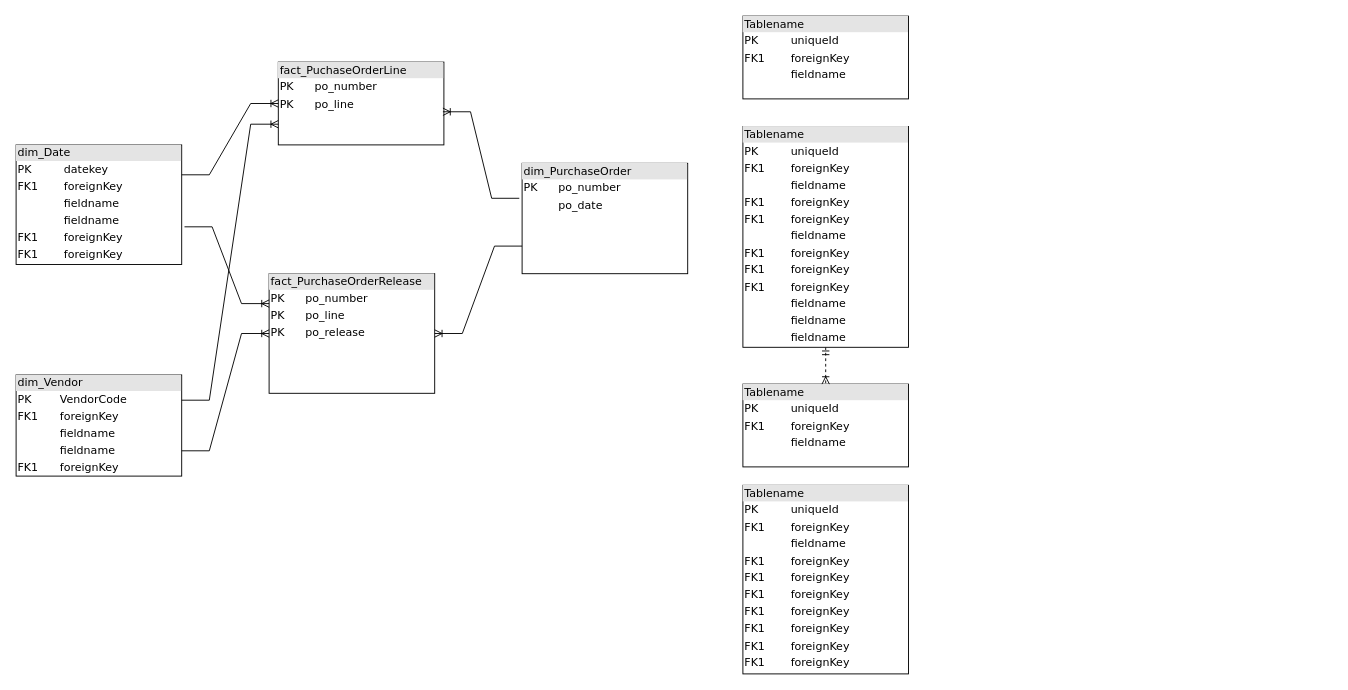
Before: page "Page-1" (1 of 4) of conceptual_model_2.drawio in mewancegeka/OTT, a draw.io diagram. Source tidied: cells renumbered, new cells numbered last; positions are measured from the earlier drawing's top-left corner, leaving out a move shared by most shapes. Both pictures are drawn from the tidied source at 92%, with x=0, y=0 at pixel (16, 16).
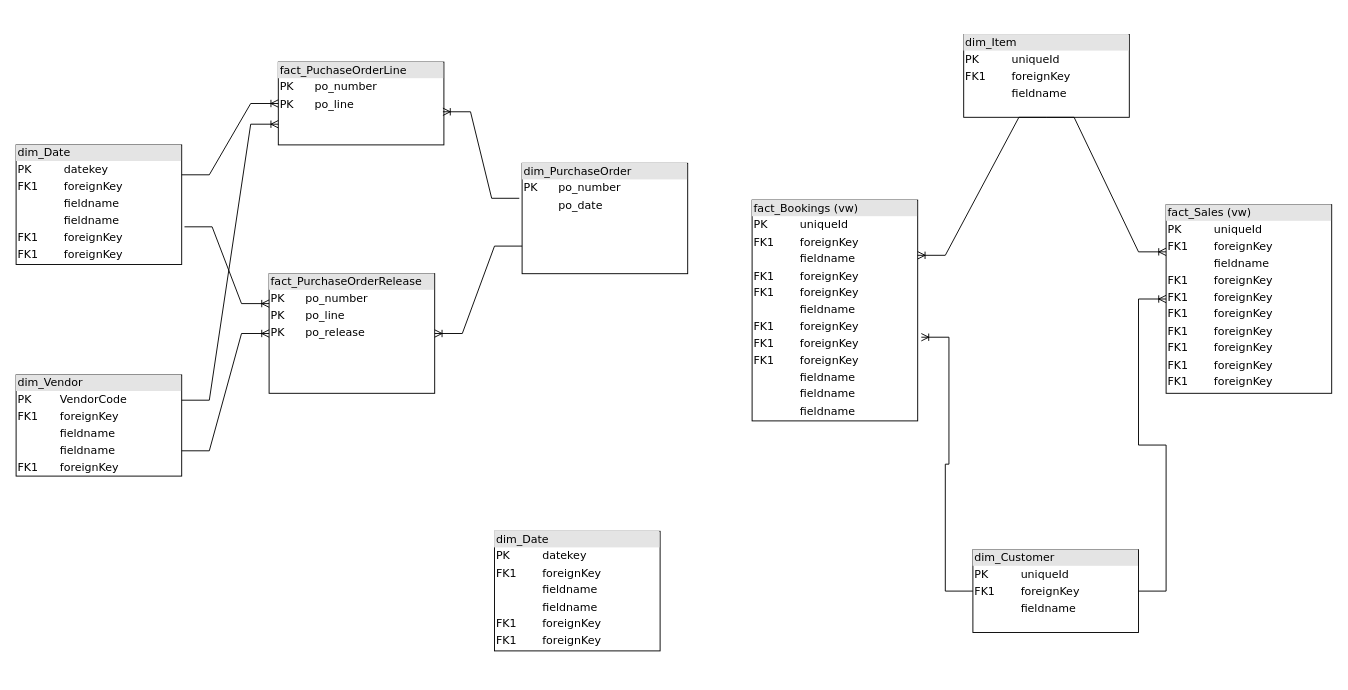
Above is the later version.

What changed in the source:
```diff
@@
-    <mxCell id="4" value="&lt;div style=&quot;box-sizing: border-box ; width: 100% ; background: #e4e4e4 ; padding: 2px&quot;&gt;Tablename&lt;/div&gt;&lt;table style=&quot;width: 100% ; font-size: 1em&quot; cellpadding=&quot;2&quot; cellspacing=&quot;0&quot;&gt;&lt;tbody&gt;&lt;tr&gt;&lt;td&gt;PK&lt;/td&gt;&lt;td&gt;uniqueId&lt;/td&gt;&lt;/tr&gt;&lt;tr&gt;&lt;td&gt;FK1&lt;/td&gt;&lt;td&gt;foreignKey&lt;/td&gt;&lt;/tr&gt;&lt;tr&gt;&lt;td&gt;&lt;/td&gt;&lt;td&gt;fieldname&lt;/td&gt;&lt;/tr&gt;&lt;tr&gt;&lt;td&gt;FK1&lt;br&gt;&lt;/td&gt;&lt;td&gt;foreignKey&lt;br&gt;&lt;/td&gt;&lt;/tr&gt;&lt;tr&gt;&lt;td&gt;FK1&lt;br&gt;&lt;/td&gt;&lt;td&gt;foreignKey&lt;br&gt;&lt;/td&gt;&lt;/tr&gt;&lt;tr&gt;&lt;td&gt;FK1&lt;br&gt;&lt;/td&gt;&lt;td&gt;foreignKey&lt;br&gt;&lt;/td&gt;&lt;/tr&gt;&lt;tr&gt;&lt;td&gt;FK1&lt;br&gt;&lt;/td&gt;&lt;td&gt;foreignKey&lt;br&gt;&lt;/td&gt;&lt;/tr&gt;&lt;tr&gt;&lt;td&gt;FK1&lt;br&gt;&lt;/td&gt;&lt;td&gt;foreignKey&lt;br&gt;&lt;/td&gt;&lt;/tr&gt;&lt;tr&gt;&lt;td&gt;FK1&lt;br&gt;&lt;/td&gt;&lt;td&gt;foreignKey&lt;br&gt;&lt;/td&gt;&lt;/tr&gt;&lt;tr&gt;&lt;td&gt;FK1&lt;br&gt;&lt;/td&gt;&lt;td&gt;foreignKey&lt;br&gt;&lt;/td&gt;&lt;/tr&gt;&lt;/tbody&gt;&lt;/table&gt;" style="verticalAlign=top;align=left;overflow=fill;html=1;rounded=0;shadow=0;comic=0;labelBackgroundColor=none;strokeWidth=1;fontFamily=Verdana;fontSize=12;" parent="1" vertex="1">
-      <mxGeometry x="790" y="510" width="180" height="205" as="geometry" />
+    <mxCell id="4" value="&lt;div style=&quot;box-sizing: border-box ; width: 100% ; background: #e4e4e4 ; padding: 2px&quot;&gt;fact_Sales (vw)&lt;/div&gt;&lt;table style=&quot;width: 100% ; font-size: 1em&quot; cellpadding=&quot;2&quot; cellspacing=&quot;0&quot;&gt;&lt;tbody&gt;&lt;tr&gt;&lt;td&gt;PK&lt;/td&gt;&lt;td&gt;uniqueId&lt;/td&gt;&lt;/tr&gt;&lt;tr&gt;&lt;td&gt;FK1&lt;/td&gt;&lt;td&gt;foreignKey&lt;/td&gt;&lt;/tr&gt;&lt;tr&gt;&lt;td&gt;&lt;/td&gt;&lt;td&gt;fieldname&lt;/td&gt;&lt;/tr&gt;&lt;tr&gt;&lt;td&gt;FK1&lt;br&gt;&lt;/td&gt;&lt;td&gt;foreignKey&lt;br&gt;&lt;/td&gt;&lt;/tr&gt;&lt;tr&gt;&lt;td&gt;FK1&lt;br&gt;&lt;/td&gt;&lt;td&gt;foreignKey&lt;br&gt;&lt;/td&gt;&lt;/tr&gt;&lt;tr&gt;&lt;td&gt;FK1&lt;br&gt;&lt;/td&gt;&lt;td&gt;foreignKey&lt;br&gt;&lt;/td&gt;&lt;/tr&gt;&lt;tr&gt;&lt;td&gt;FK1&lt;br&gt;&lt;/td&gt;&lt;td&gt;foreignKey&lt;br&gt;&lt;/td&gt;&lt;/tr&gt;&lt;tr&gt;&lt;td&gt;FK1&lt;br&gt;&lt;/td&gt;&lt;td&gt;foreignKey&lt;br&gt;&lt;/td&gt;&lt;/tr&gt;&lt;tr&gt;&lt;td&gt;FK1&lt;br&gt;&lt;/td&gt;&lt;td&gt;foreignKey&lt;br&gt;&lt;/td&gt;&lt;/tr&gt;&lt;tr&gt;&lt;td&gt;FK1&lt;br&gt;&lt;/td&gt;&lt;td&gt;foreignKey&lt;br&gt;&lt;/td&gt;&lt;/tr&gt;&lt;/tbody&gt;&lt;/table&gt;" style="verticalAlign=top;align=left;overflow=fill;html=1;rounded=0;shadow=0;comic=0;labelBackgroundColor=none;strokeWidth=1;fontFamily=Verdana;fontSize=12;" parent="1" vertex="1">
+      <mxGeometry x="1250" y="205" width="180" height="205" as="geometry" />
     </mxCell>
@@
-    <mxCell id="7" value="&lt;div style=&quot;box-sizing:border-box;width:100%;background:#e4e4e4;padding:2px;&quot;&gt;Tablename&lt;/div&gt;&lt;table style=&quot;width:100%;font-size:1em;&quot; cellpadding=&quot;2&quot; cellspacing=&quot;0&quot;&gt;&lt;tr&gt;&lt;td&gt;PK&lt;/td&gt;&lt;td&gt;uniqueId&lt;/td&gt;&lt;/tr&gt;&lt;tr&gt;&lt;td&gt;FK1&lt;/td&gt;&lt;td&gt;foreignKey&lt;/td&gt;&lt;/tr&gt;&lt;tr&gt;&lt;td&gt;&lt;/td&gt;&lt;td&gt;fieldname&lt;/td&gt;&lt;/tr&gt;&lt;/table&gt;" style="verticalAlign=top;align=left;overflow=fill;html=1;rounded=0;shadow=0;comic=0;labelBackgroundColor=none;strokeWidth=1;fontFamily=Verdana;fontSize=12;" parent="1" vertex="1">
-      <mxGeometry x="790" y="400" width="180" height="90" as="geometry" />
+    <mxCell id="7" value="&lt;div style=&quot;box-sizing:border-box;width:100%;background:#e4e4e4;padding:2px;&quot;&gt;dim_Customer&lt;/div&gt;&lt;table style=&quot;width:100%;font-size:1em;&quot; cellpadding=&quot;2&quot; cellspacing=&quot;0&quot;&gt;&lt;tbody&gt;&lt;tr&gt;&lt;td&gt;PK&lt;/td&gt;&lt;td&gt;uniqueId&lt;/td&gt;&lt;/tr&gt;&lt;tr&gt;&lt;td&gt;FK1&lt;/td&gt;&lt;td&gt;foreignKey&lt;/td&gt;&lt;/tr&gt;&lt;tr&gt;&lt;td&gt;&lt;/td&gt;&lt;td&gt;fieldname&lt;/td&gt;&lt;/tr&gt;&lt;/tbody&gt;&lt;/table&gt;" style="verticalAlign=top;align=left;overflow=fill;html=1;rounded=0;shadow=0;comic=0;labelBackgroundColor=none;strokeWidth=1;fontFamily=Verdana;fontSize=12;" parent="1" vertex="1">
+      <mxGeometry x="1040" y="580" width="180" height="90" as="geometry" />
     </mxCell>
-    <mxCell id="8" style="edgeStyle=orthogonalEdgeStyle;html=1;entryX=0.5;entryY=0;dashed=1;labelBackgroundColor=none;startArrow=ERmandOne;endArrow=ERoneToMany;fontFamily=Verdana;fontSize=12;align=left;" parent="1" edge="1" source="9" target="7">
-      <mxGeometry relative="1" as="geometry" />
-    </mxCell>
-    <mxCell id="9" value="&lt;div style=&quot;box-sizing: border-box ; width: 100% ; background: #e4e4e4 ; padding: 2px&quot;&gt;Tablename&lt;/div&gt;&lt;table style=&quot;width: 100% ; font-size: 1em&quot; cellpadding=&quot;2&quot; cellspacing=&quot;0&quot;&gt;&lt;tbody&gt;&lt;tr&gt;&lt;td&gt;PK&lt;/td&gt;&lt;td&gt;uniqueId&lt;/td&gt;&lt;/tr&gt;&lt;tr&gt;&lt;td&gt;FK1&lt;/td&gt;&lt;td&gt;foreignKey&lt;/td&gt;&lt;/tr&gt;&lt;tr&gt;&lt;td&gt;&lt;/td&gt;&lt;td&gt;fieldname&lt;/td&gt;&lt;/tr&gt;&lt;tr&gt;&lt;td&gt;FK1&lt;br&gt;&lt;/td&gt;&lt;td&gt;foreignKey&lt;br&gt;&lt;/td&gt;&lt;/tr&gt;&lt;tr&gt;&lt;td&gt;FK1&lt;br&gt;&lt;/td&gt;&lt;td&gt;foreignKey&lt;br&gt;&lt;/td&gt;&lt;/tr&gt;&lt;tr&gt;&lt;td&gt;&lt;br&gt;&lt;/td&gt;&lt;td&gt;fieldname&lt;br&gt;&lt;/td&gt;&lt;/tr&gt;&lt;tr&gt;&lt;td&gt;FK1&lt;br&gt;&lt;/td&gt;&lt;td&gt;foreignKey&lt;br&gt;&lt;/td&gt;&lt;/tr&gt;&lt;tr&gt;&lt;td&gt;FK1&lt;br&gt;&lt;/td&gt;&lt;td&gt;foreignKey&lt;br&gt;&lt;/td&gt;&lt;/tr&gt;&lt;tr&gt;&lt;td&gt;FK1&lt;br&gt;&lt;/td&gt;&lt;td&gt;foreignKey&lt;br&gt;&lt;/td&gt;&lt;/tr&gt;&lt;tr&gt;&lt;td&gt;&lt;br&gt;&lt;/td&gt;&lt;td&gt;fieldname&lt;br&gt;&lt;/td&gt;&lt;/tr&gt;&lt;tr&gt;&lt;td&gt;&lt;br&gt;&lt;/td&gt;&lt;td&gt;fieldname&lt;br&gt;&lt;/td&gt;&lt;/tr&gt;&lt;tr&gt;&lt;td&gt;&lt;br&gt;&lt;/td&gt;&lt;td&gt;fieldname&lt;br&gt;&lt;/td&gt;&lt;/tr&gt;&lt;/tbody&gt;&lt;/table&gt;" style="verticalAlign=top;align=left;overflow=fill;html=1;rounded=0;shadow=0;comic=0;labelBackgroundColor=none;strokeWidth=1;fontFamily=Verdana;fontSize=12;" parent="1" vertex="1">
-      <mxGeometry x="790" y="120" width="180" height="240" as="geometry" />
+    <mxCell id="9" value="&lt;div style=&quot;box-sizing: border-box ; width: 100% ; background: #e4e4e4 ; padding: 2px&quot;&gt;fact_Bookings (vw)&lt;/div&gt;&lt;table style=&quot;width: 100% ; font-size: 1em&quot; cellpadding=&quot;2&quot; cellspacing=&quot;0&quot;&gt;&lt;tbody&gt;&lt;tr&gt;&lt;td&gt;PK&lt;/td&gt;&lt;td&gt;uniqueId&lt;/td&gt;&lt;/tr&gt;&lt;tr&gt;&lt;td&gt;FK1&lt;/td&gt;&lt;td&gt;foreignKey&lt;/td&gt;&lt;/tr&gt;&lt;tr&gt;&lt;td&gt;&lt;/td&gt;&lt;td&gt;fieldname&lt;/td&gt;&lt;/tr&gt;&lt;tr&gt;&lt;td&gt;FK1&lt;br&gt;&lt;/td&gt;&lt;td&gt;foreignKey&lt;br&gt;&lt;/td&gt;&lt;/tr&gt;&lt;tr&gt;&lt;td&gt;FK1&lt;br&gt;&lt;/td&gt;&lt;td&gt;foreignKey&lt;br&gt;&lt;/td&gt;&lt;/tr&gt;&lt;tr&gt;&lt;td&gt;&lt;br&gt;&lt;/td&gt;&lt;td&gt;fieldname&lt;br&gt;&lt;/td&gt;&lt;/tr&gt;&lt;tr&gt;&lt;td&gt;FK1&lt;br&gt;&lt;/td&gt;&lt;td&gt;foreignKey&lt;br&gt;&lt;/td&gt;&lt;/tr&gt;&lt;tr&gt;&lt;td&gt;FK1&lt;br&gt;&lt;/td&gt;&lt;td&gt;foreignKey&lt;br&gt;&lt;/td&gt;&lt;/tr&gt;&lt;tr&gt;&lt;td&gt;FK1&lt;br&gt;&lt;/td&gt;&lt;td&gt;foreignKey&lt;br&gt;&lt;/td&gt;&lt;/tr&gt;&lt;tr&gt;&lt;td&gt;&lt;br&gt;&lt;/td&gt;&lt;td&gt;fieldname&lt;br&gt;&lt;/td&gt;&lt;/tr&gt;&lt;tr&gt;&lt;td&gt;&lt;br&gt;&lt;/td&gt;&lt;td&gt;fieldname&lt;br&gt;&lt;/td&gt;&lt;/tr&gt;&lt;tr&gt;&lt;td&gt;&lt;br&gt;&lt;/td&gt;&lt;td&gt;fieldname&lt;br&gt;&lt;/td&gt;&lt;/tr&gt;&lt;/tbody&gt;&lt;/table&gt;" style="verticalAlign=top;align=left;overflow=fill;html=1;rounded=0;shadow=0;comic=0;labelBackgroundColor=none;strokeWidth=1;fontFamily=Verdana;fontSize=12;" parent="1" vertex="1">
+      <mxGeometry x="800" y="200" width="180" height="240" as="geometry" />
     </mxCell>
-    <mxCell id="10" value="&lt;div style=&quot;box-sizing:border-box;width:100%;background:#e4e4e4;padding:2px;&quot;&gt;Tablename&lt;/div&gt;&lt;table style=&quot;width:100%;font-size:1em;&quot; cellpadding=&quot;2&quot; cellspacing=&quot;0&quot;&gt;&lt;tr&gt;&lt;td&gt;PK&lt;/td&gt;&lt;td&gt;uniqueId&lt;/td&gt;&lt;/tr&gt;&lt;tr&gt;&lt;td&gt;FK1&lt;/td&gt;&lt;td&gt;foreignKey&lt;/td&gt;&lt;/tr&gt;&lt;tr&gt;&lt;td&gt;&lt;/td&gt;&lt;td&gt;fieldname&lt;/td&gt;&lt;/tr&gt;&lt;/table&gt;" style="verticalAlign=top;align=left;overflow=fill;html=1;rounded=0;shadow=0;comic=0;labelBackgroundColor=none;strokeWidth=1;fontFamily=Verdana;fontSize=12;" parent="1" vertex="1">
-      <mxGeometry x="790" width="180" height="90" as="geometry" />
+    <mxCell id="10" value="&lt;div style=&quot;box-sizing:border-box;width:100%;background:#e4e4e4;padding:2px;&quot;&gt;dim_Item&lt;/div&gt;&lt;table style=&quot;width:100%;font-size:1em;&quot; cellpadding=&quot;2&quot; cellspacing=&quot;0&quot;&gt;&lt;tbody&gt;&lt;tr&gt;&lt;td&gt;PK&lt;/td&gt;&lt;td&gt;uniqueId&lt;/td&gt;&lt;/tr&gt;&lt;tr&gt;&lt;td&gt;FK1&lt;/td&gt;&lt;td&gt;foreignKey&lt;/td&gt;&lt;/tr&gt;&lt;tr&gt;&lt;td&gt;&lt;/td&gt;&lt;td&gt;fieldname&lt;/td&gt;&lt;/tr&gt;&lt;/tbody&gt;&lt;/table&gt;" style="verticalAlign=top;align=left;overflow=fill;html=1;rounded=0;shadow=0;comic=0;labelBackgroundColor=none;strokeWidth=1;fontFamily=Verdana;fontSize=12;" parent="1" vertex="1">
+      <mxGeometry x="1030" y="20" width="180" height="90" as="geometry" />
     </mxCell>
@@
+    <mxCell id="18" value="&lt;div style=&quot;box-sizing: border-box ; width: 100% ; background: #e4e4e4 ; padding: 2px&quot;&gt;dim_Date&lt;/div&gt;&lt;table style=&quot;width: 100% ; font-size: 1em&quot; cellpadding=&quot;2&quot; cellspacing=&quot;0&quot;&gt;&lt;tbody&gt;&lt;tr&gt;&lt;td&gt;PK&lt;/td&gt;&lt;td&gt;datekey&lt;/td&gt;&lt;/tr&gt;&lt;tr&gt;&lt;td&gt;FK1&lt;/td&gt;&lt;td&gt;foreignKey&lt;/td&gt;&lt;/tr&gt;&lt;tr&gt;&lt;td&gt;&lt;/td&gt;&lt;td&gt;fieldname&lt;/td&gt;&lt;/tr&gt;&lt;tr&gt;&lt;td&gt;&lt;br&gt;&lt;/td&gt;&lt;td&gt;fieldname&lt;br&gt;&lt;/td&gt;&lt;/tr&gt;&lt;tr&gt;&lt;td&gt;FK1&lt;br&gt;&lt;/td&gt;&lt;td&gt;foreignKey&lt;br&gt;&lt;/td&gt;&lt;/tr&gt;&lt;tr&gt;&lt;td&gt;FK1&lt;br&gt;&lt;/td&gt;&lt;td&gt;foreignKey&lt;br&gt;&lt;/td&gt;&lt;/tr&gt;&lt;/tbody&gt;&lt;/table&gt;" style="verticalAlign=top;align=left;overflow=fill;html=1;rounded=0;shadow=0;comic=0;labelBackgroundColor=none;strokeWidth=1;fontFamily=Verdana;fontSize=12;" parent="1" vertex="1">
+      <mxGeometry x="520" y="560" width="180" height="130" as="geometry" />
+    </mxCell>
+    <mxCell id="19" style="edgeStyle=entityRelationEdgeStyle;fontSize=12;html=1;endArrow=ERoneToMany;rounded=0;exitX=0.5;exitY=1;exitDx=0;exitDy=0;entryX=1;entryY=0.25;entryDx=0;entryDy=0;" parent="1" edge="1" source="10" target="9">
+      <mxGeometry relative="1" as="geometry" />
+    </mxCell>
+    <mxCell id="20" style="edgeStyle=entityRelationEdgeStyle;fontSize=12;html=1;endArrow=ERoneToMany;rounded=0;exitX=0.5;exitY=1;exitDx=0;exitDy=0;entryX=0;entryY=0.25;entryDx=0;entryDy=0;" parent="1" edge="1" source="10" target="4">
+      <mxGeometry relative="1" as="geometry" />
+    </mxCell>
+    <mxCell id="21" style="edgeStyle=entityRelationEdgeStyle;fontSize=12;html=1;endArrow=ERoneToMany;rounded=0;exitX=1;exitY=0.5;exitDx=0;exitDy=0;entryX=0;entryY=0.5;entryDx=0;entryDy=0;" parent="1" edge="1" source="7" target="4">
+      <mxGeometry relative="1" as="geometry" />
+    </mxCell>
+    <mxCell id="22" style="edgeStyle=entityRelationEdgeStyle;fontSize=12;html=1;endArrow=ERoneToMany;rounded=0;exitX=0;exitY=0.5;exitDx=0;exitDy=0;entryX=1.022;entryY=0.621;entryDx=0;entryDy=0;entryPerimeter=0;" parent="1" edge="1" source="7" target="9">
+      <mxGeometry relative="1" as="geometry" />
+    </mxCell>
```
